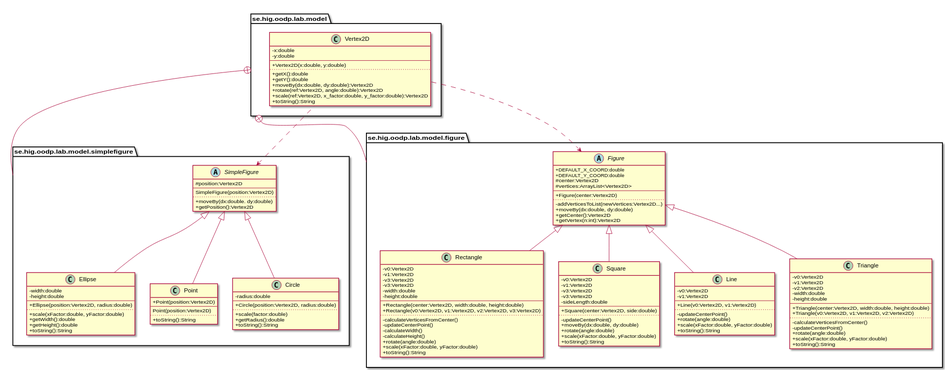
This is diagram/uppgift2.svg from jonasjberg/DVG303_lab2, a PlantUML export, as it was before one commit. Its source is kept beside it as diagram/uppgift2.puml.
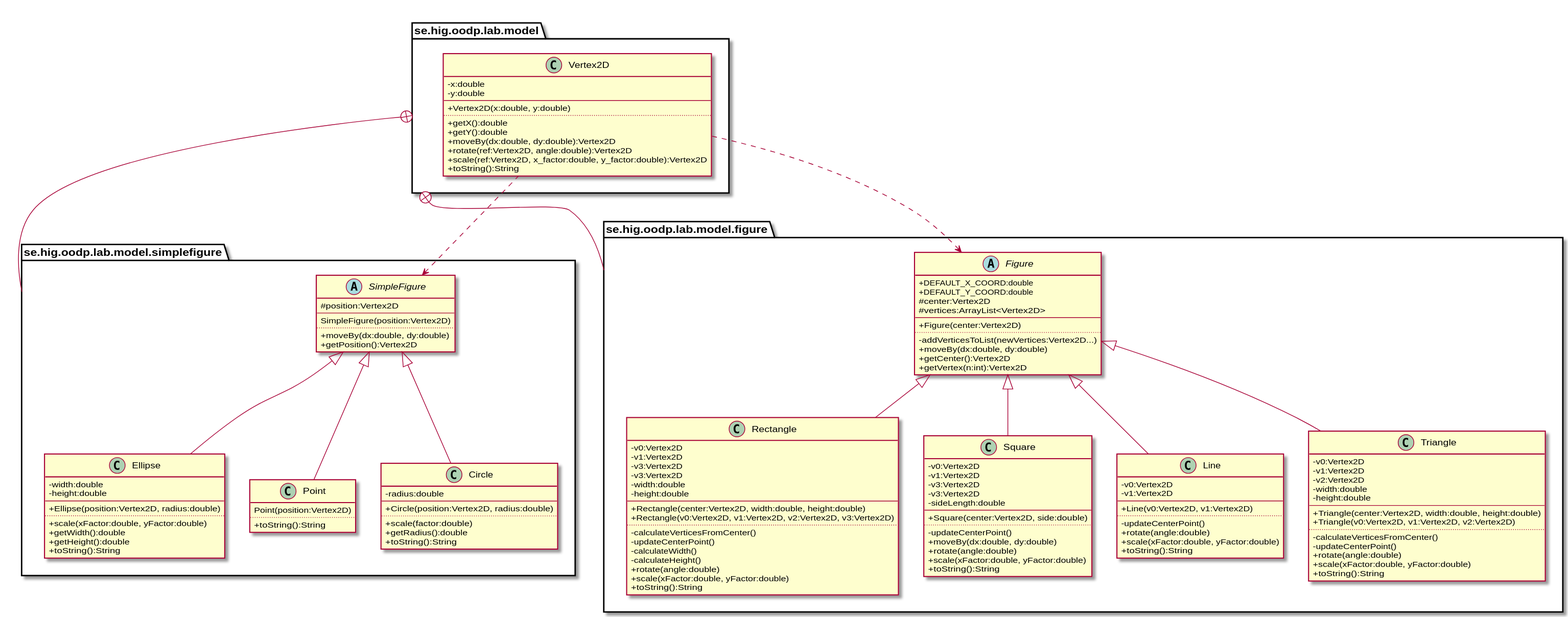
Above is the later version.

What changed in the source:
```diff
@@ -27,13 +27,11 @@
         --
         SimpleFigure(position:Vertex2D)
         ..
-        +moveBy(dx:double. dy:double)
+        +moveBy(dx:double, dy:double)
         +getPosition():Vertex2D
     }
 
     class Point {
-        +Point(position:Vertex2D)
-        --
         Point(position:Vertex2D)
         ..
         +toString():String
@@ -72,6 +70,8 @@
         +Figure(center:Vertex2D)
         ..
         -addVerticesToList(newVertices:Vertex2D...)
+        +rotate(angle:double)
+        {abstract} +scale(xFactor:double, yFactor:double)
         +moveBy(dx:double, dy:double)
         +getCenter():Vertex2D
         +getVertex(n:int):Vertex2D
@@ -84,7 +84,6 @@
         +Line(v0:Vertex2D, v1:Vertex2D)
         ..
         -updateCenterPoint()
-        +rotate(angle:double)
         +scale(xFactor:double, yFactor:double)
         +toString():String
     }
@@ -101,7 +100,6 @@
         ..
         -calculateVerticesFromCenter()
         -updateCenterPoint()
-        +rotate(angle:double)
         +scale(xFactor:double, yFactor:double)
         +toString():String
     }
@@ -121,7 +119,6 @@
         -updateCenterPoint()
         -calculateWidth()
         -calculateHeight()
-        +rotate(angle:double)
         +scale(xFactor:double, yFactor:double)
         +toString():String
     }
@@ -136,8 +133,6 @@
         +Square(center:Vertex2D, side:double)
         ..
         -updateCenterPoint()
-        +moveBy(dx:double, dy:double)
-        +rotate(angle:double)
         +scale(xFactor:double, yFactor:double)
         +toString():String
     }
```
